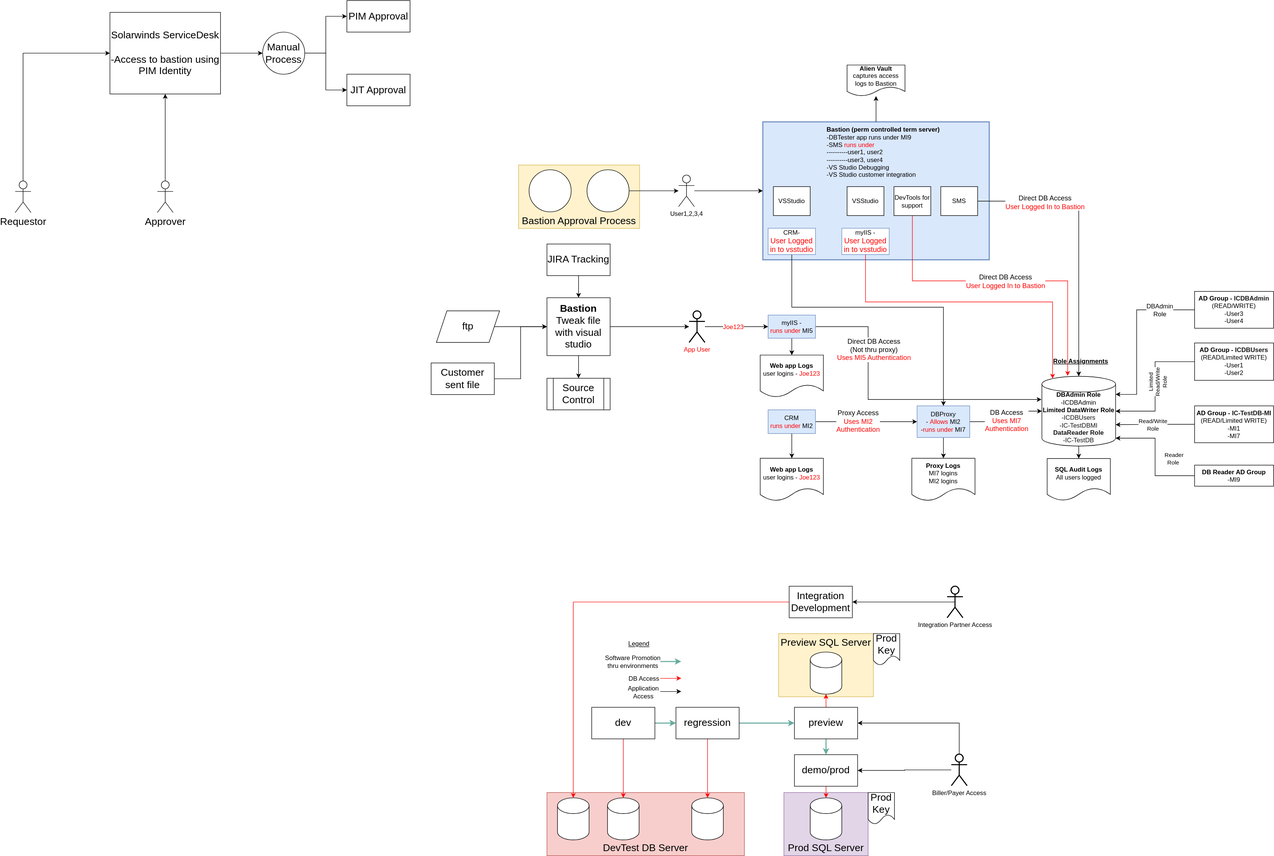
Earlier version of the draw.io export SOXMIFlowAndEnvironments.svg (vjavle/invoicecloud). Source tidied: cells renumbered, new cells last; positions are measured from the earlier drawing's top-left corner, leaving out a move shared by most shapes.
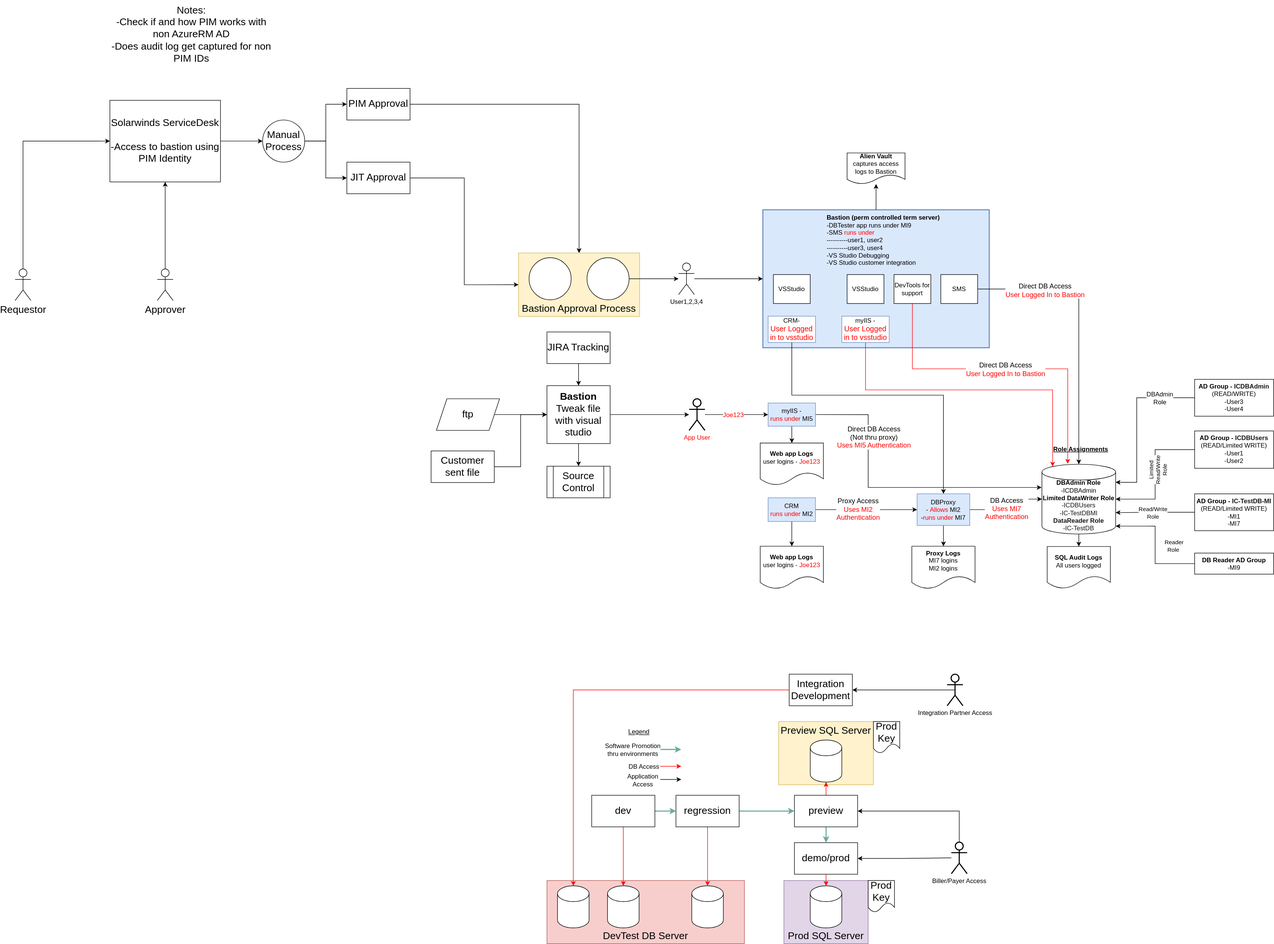
After the commit.

What changed in the source:
```diff
@@ -375,9 +375,15 @@
     <mxCell id="106" value="Solarwinds ServiceDesk&lt;br&gt;&lt;br&gt;-Access to bastion using PIM Identity" style="rounded=0;whiteSpace=wrap;html=1;fontSize=19;" parent="1" vertex="1">
       <mxGeometry x="180" y="22" width="210" height="155" as="geometry" />
     </mxCell>
+    <mxCell id="114" style="edgeStyle=orthogonalEdgeStyle;rounded=0;jettySize=auto;html=1;fontSize=19;" parent="1" edge="1" source="107" target="6">
+      <mxGeometry relative="1" as="geometry" />
+    </mxCell>
     <mxCell id="107" value="PIM Approval" style="rounded=0;whiteSpace=wrap;html=1;fontSize=19;" parent="1" vertex="1">
       <mxGeometry x="630" y="-0.5" width="120" height="60" as="geometry" />
     </mxCell>
+    <mxCell id="115" style="edgeStyle=orthogonalEdgeStyle;rounded=0;jettySize=auto;html=1;entryX=0;entryY=0.5;entryDx=0;entryDy=0;fontSize=19;" parent="1" edge="1" source="108" target="6">
+      <mxGeometry relative="1" as="geometry" />
+    </mxCell>
     <mxCell id="108" value="JIT Approval" style="rounded=0;whiteSpace=wrap;html=1;fontSize=19;" parent="1" vertex="1">
       <mxGeometry x="630" y="139.5" width="120" height="60" as="geometry" />
     </mxCell>
@@ -396,5 +402,8 @@
     <mxCell id="113" value="Manual Process" style="ellipse;whiteSpace=wrap;html=1;fontSize=19;" parent="1" vertex="1">
       <mxGeometry x="470" y="59.5" width="80" height="80" as="geometry" />
     </mxCell>
+    <mxCell id="116" value="Notes:&lt;br&gt;-Check if and how PIM works with non AzureRM AD&lt;br&gt;-Does audit log get captured for non PIM IDs" style="text;html=1;strokeColor=none;fillColor=none;align=center;verticalAlign=middle;whiteSpace=wrap;rounded=0;fontSize=19;" parent="1" vertex="1">
+      <mxGeometry x="180" y="-168" width="310" height="130" as="geometry" />
+    </mxCell>
   </root>
 </mxGraphModel>
```
